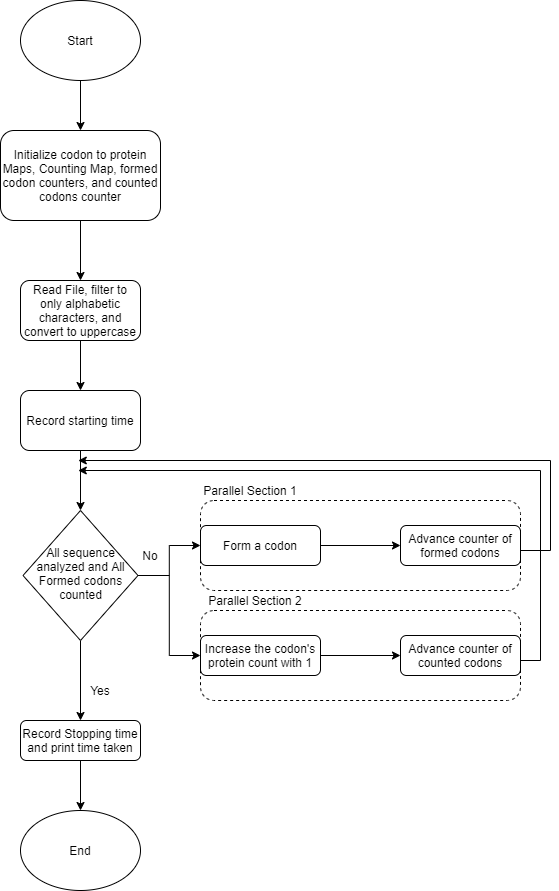
Earlier version of the draw.io export docs/sections.png (M-Elsaeed/OpenMP-DNA-Codons). Source tidied: cells renumbered, new cells last; positions are measured from the earlier drawing's top-left corner, leaving out a move shared by most shapes.
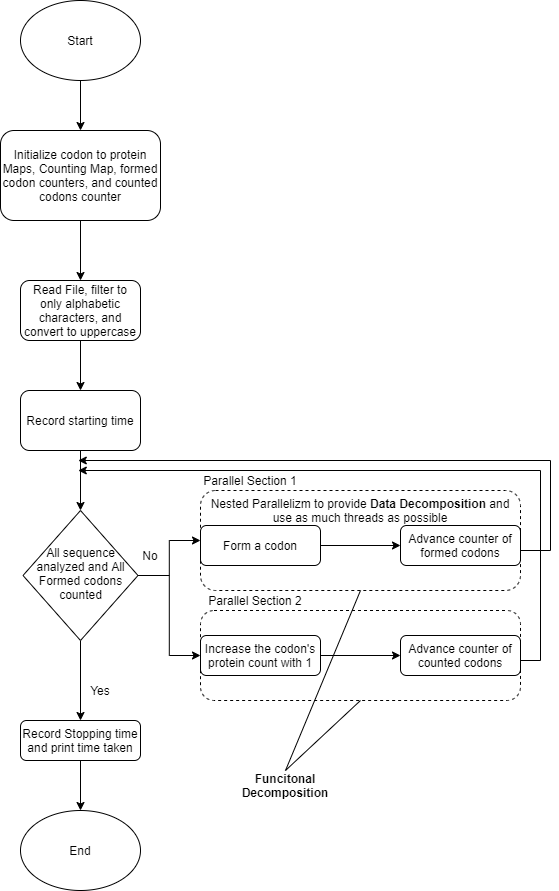
Above is the later version.

Commit message:
Checkpoint for data and functional decomposition

What changed in the source:
```diff
@@ -11,7 +11,7 @@
     <mxCell id="4" style="edgeStyle=orthogonalEdgeStyle;rounded=0;jettySize=auto;html=1;exitX=1;exitY=0.5;exitDx=0;exitDy=0;entryX=0;entryY=0.5;entryDx=0;entryDy=0;" parent="1" edge="1" source="5" target="25">
       <mxGeometry relative="1" as="geometry" />
     </mxCell>
-    <mxCell id="5" value="All sequence analyzed and All Formed codons counted" style="rhombus;whiteSpace=wrap;html=1;shadow=0;fontFamily=Helvetica;fontSize=12;align=center;strokeWidth=1;spacing=6;spacingTop=-4;" parent="1" vertex="1">
+    <mxCell id="5" value="All sequence analyzed and All Formed codons counted&lt;br&gt;" style="rhombus;whiteSpace=wrap;html=1;shadow=0;fontFamily=Helvetica;fontSize=12;align=center;strokeWidth=1;spacing=6;spacingTop=-4;" parent="1" vertex="1">
       <mxGeometry x="22.5" y="510" width="115" height="130" as="geometry" />
     </mxCell>
     <mxCell id="6" style="edgeStyle=orthogonalEdgeStyle;rounded=0;jettySize=auto;html=1;" parent="1" edge="1" source="7" target="8">
@@ -79,10 +79,10 @@
       </mxGeometry>
     </mxCell>
     <mxCell id="25" style="rounded=1;whiteSpace=wrap;html=1;dashed=1;fillColor=none;" parent="1" vertex="1">
-      <mxGeometry x="200" y="500" width="320" height="90" as="geometry" />
+      <mxGeometry x="200" y="490" width="320" height="100" as="geometry" />
     </mxCell>
     <mxCell id="26" value="Parallel Section 1" style="text;html=1;strokeColor=none;fillColor=none;align=center;verticalAlign=middle;whiteSpace=wrap;rounded=0;" parent="1" vertex="1">
-      <mxGeometry x="200" y="480" width="100" height="20" as="geometry" />
+      <mxGeometry x="200" y="470" width="100" height="20" as="geometry" />
     </mxCell>
     <mxCell id="27" value="Parallel Section 2" style="text;html=1;strokeColor=none;fillColor=none;align=center;verticalAlign=middle;whiteSpace=wrap;rounded=0;" parent="1" vertex="1">
       <mxGeometry x="200" y="590" width="110" height="20" as="geometry" />
@@ -103,5 +103,17 @@
     <mxCell id="30" value="No" style="text;html=1;strokeColor=none;fillColor=none;align=center;verticalAlign=middle;whiteSpace=wrap;rounded=0;" parent="1" vertex="1">
       <mxGeometry x="130" y="545" width="40" height="20" as="geometry" />
     </mxCell>
+    <mxCell id="31" value="Nested Parallelizm to provide &lt;b&gt;Data Decomposition&lt;/b&gt; and use as much threads as possible" style="text;html=1;strokeColor=none;fillColor=none;align=center;verticalAlign=middle;whiteSpace=wrap;rounded=0;" parent="1" vertex="1">
+      <mxGeometry x="208" y="500" width="304" height="20" as="geometry" />
+    </mxCell>
+    <mxCell id="32" value="&lt;b&gt;Funcitonal Decomposition&lt;/b&gt;" style="text;html=1;strokeColor=none;fillColor=none;align=center;verticalAlign=middle;whiteSpace=wrap;rounded=0;" parent="1" vertex="1">
+      <mxGeometry x="240" y="770" width="90" height="30" as="geometry" />
+    </mxCell>
+    <mxCell id="33" style="endArrow=none;html=1;entryX=0.5;entryY=1;entryDx=0;entryDy=0;exitX=0.5;exitY=0;exitDx=0;exitDy=0;" parent="1" edge="1" source="32" target="25">
+      <mxGeometry relative="1" as="geometry" />
+    </mxCell>
+    <mxCell id="34" style="endArrow=none;html=1;entryX=0.5;entryY=1;entryDx=0;entryDy=0;exitX=0.5;exitY=0;exitDx=0;exitDy=0;" parent="1" edge="1" source="32" target="29">
+      <mxGeometry relative="1" as="geometry" />
+    </mxCell>
   </root>
 </mxGraphModel>
```
